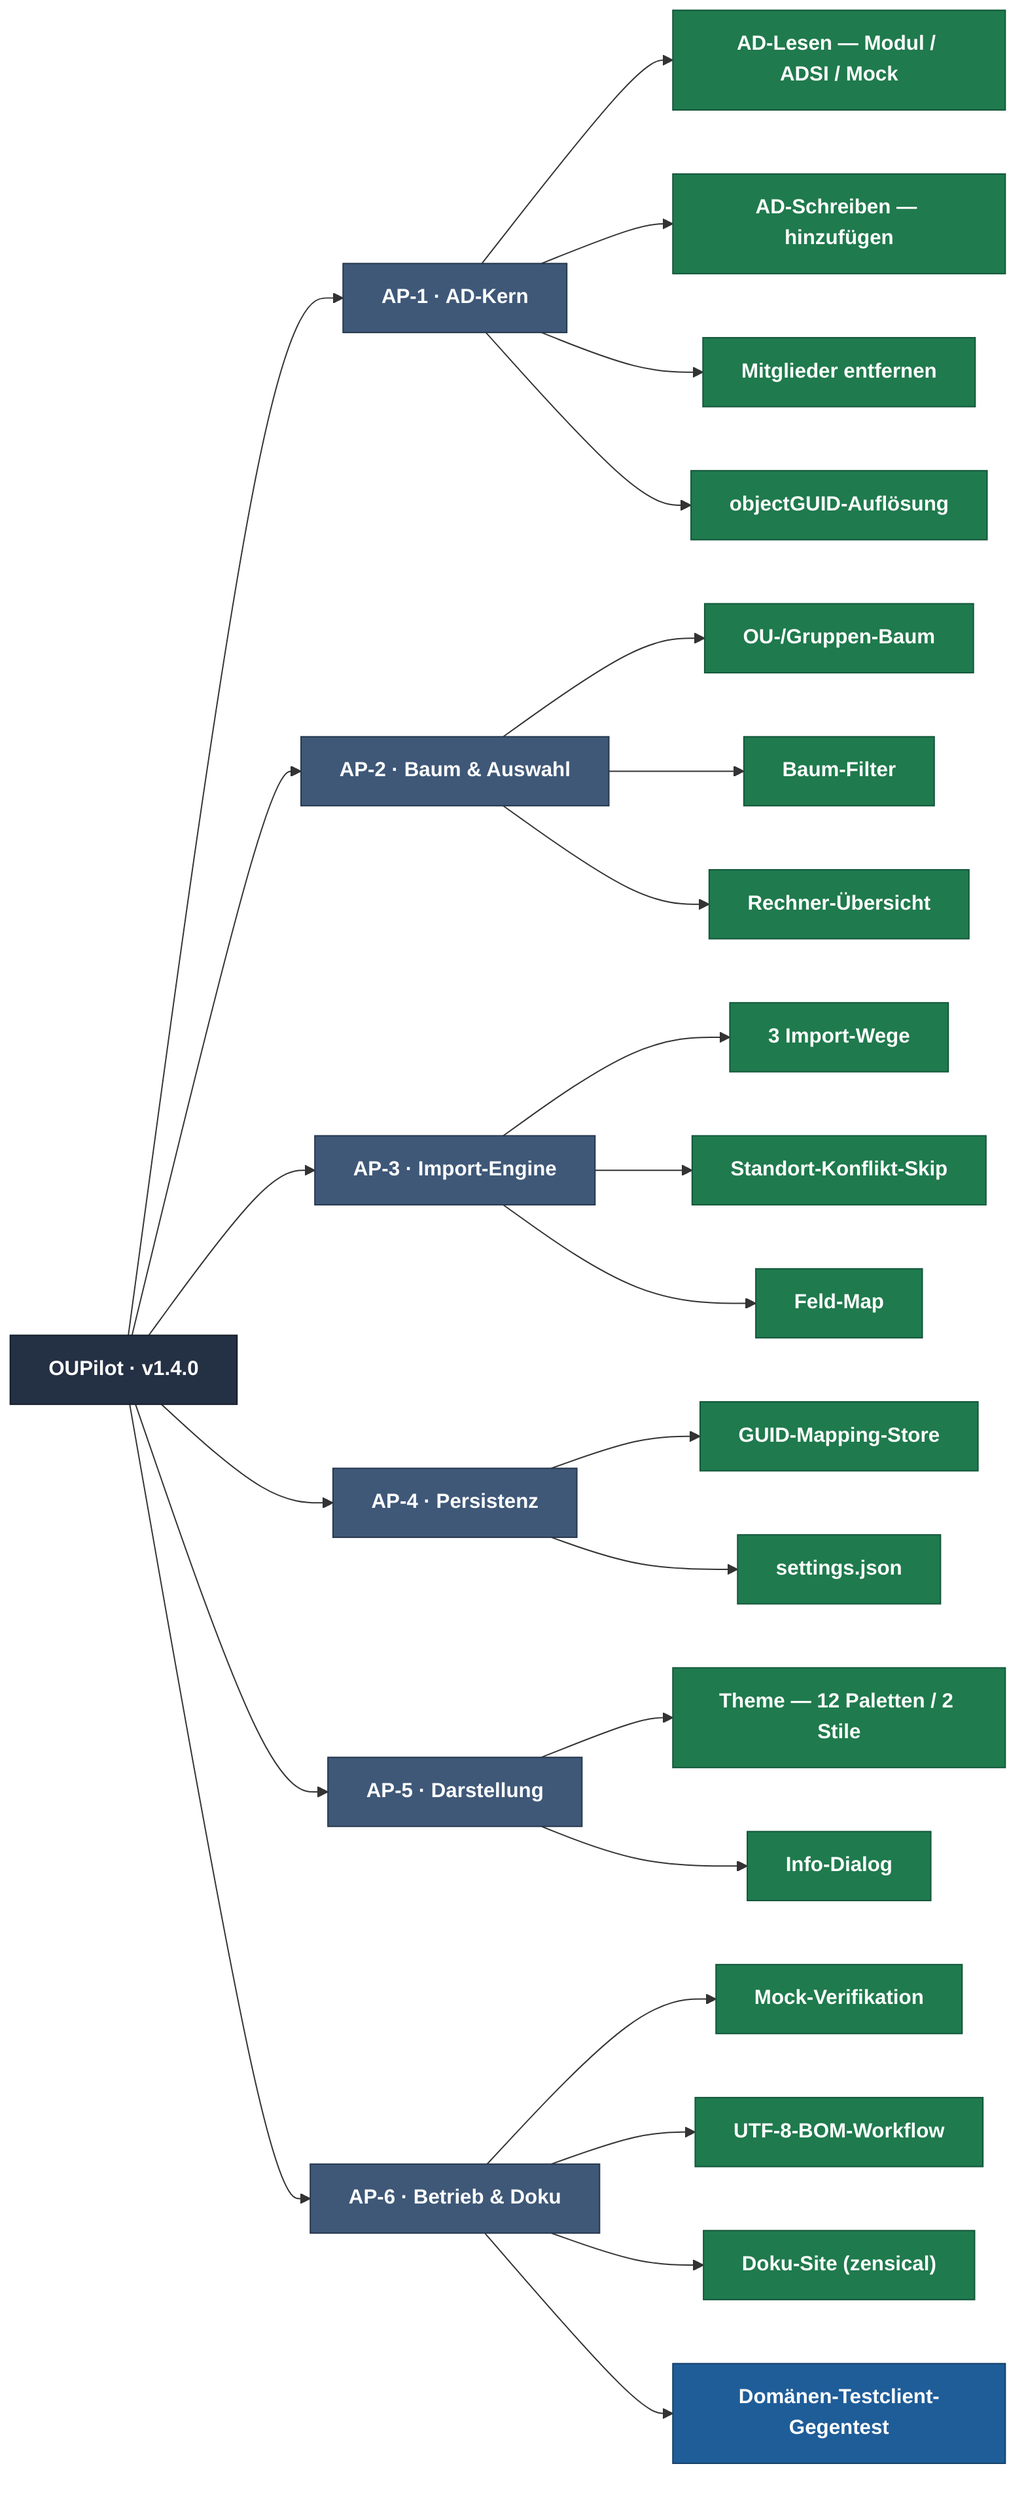
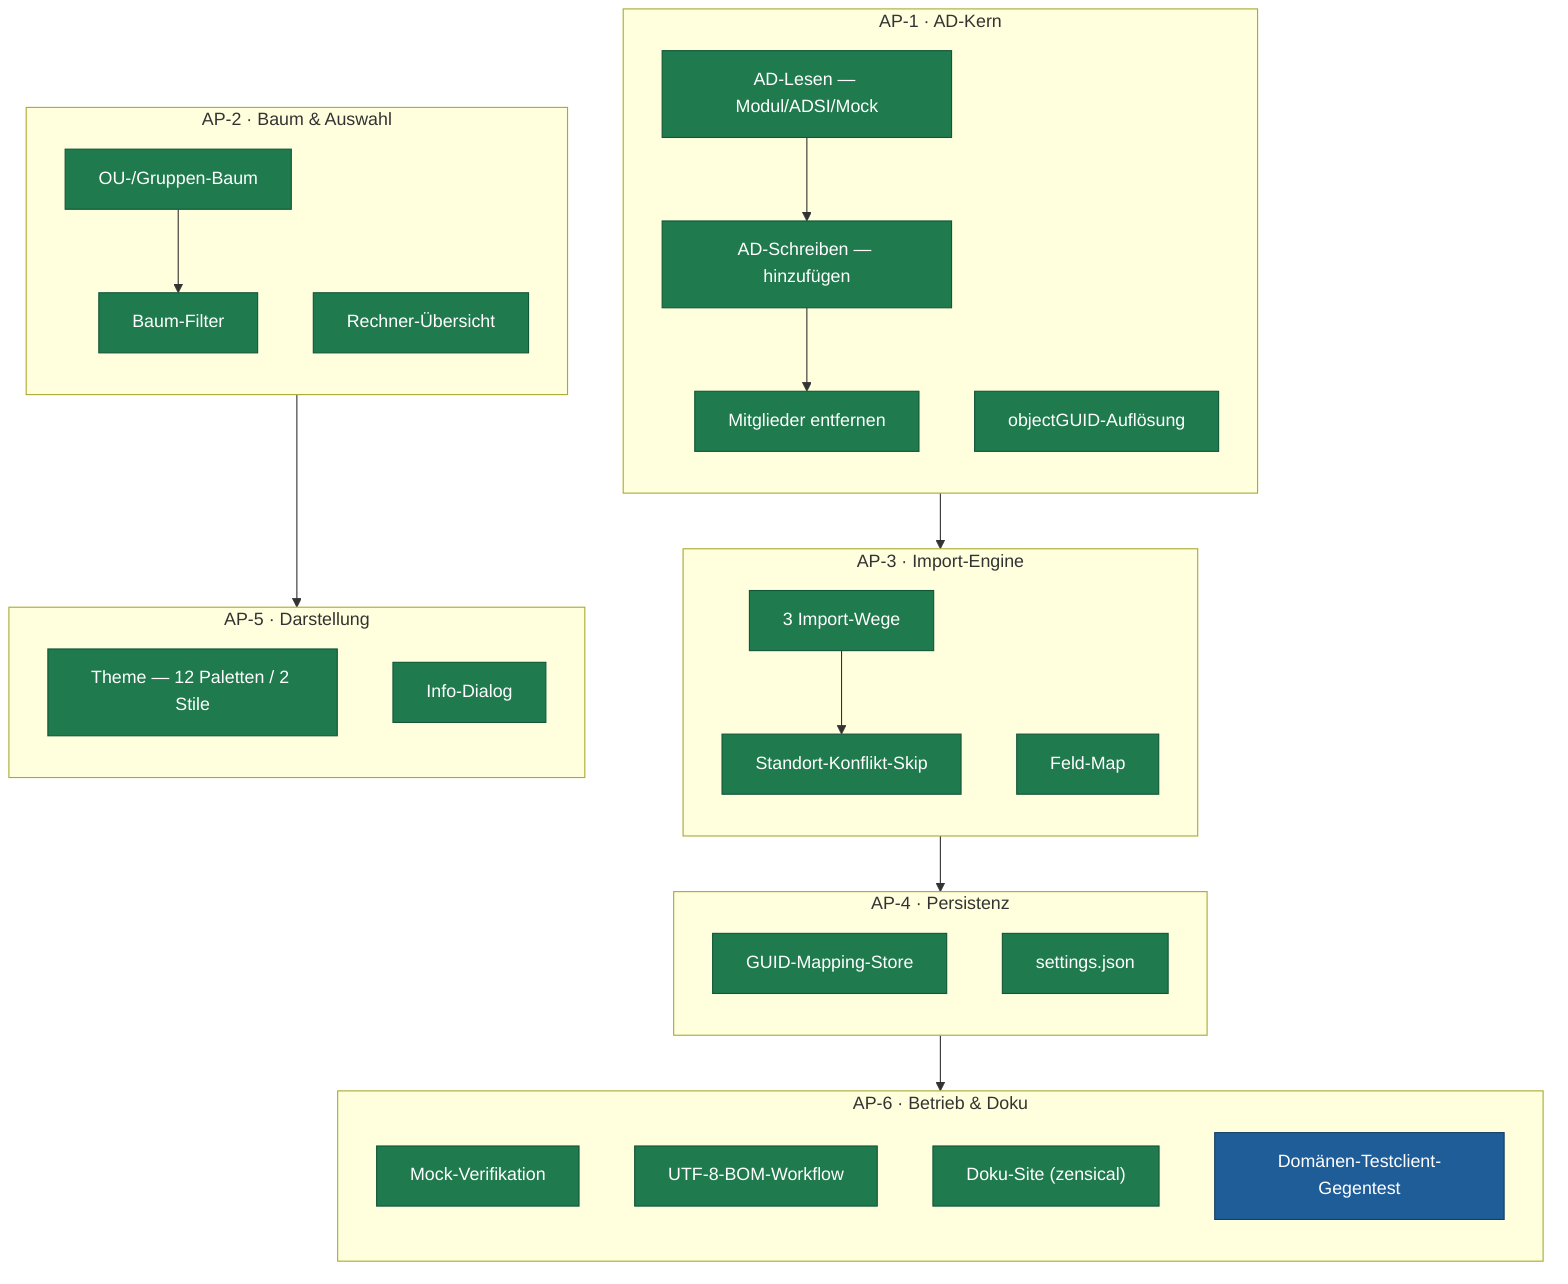
- graph LR
-   ROOT["OUPilot · v1.4.0"]:::root
+ flowchart TB
+   classDef done fill:#1f7a4d,color:#fff,stroke:#12563a,stroke-width:1px
+   classDef plan fill:#1f5d99,color:#fff,stroke:#123f66,stroke-width:1px

-   ROOT --> AP1["AP-1 · AD-Kern"]:::ap
-   ROOT --> AP2["AP-2 · Baum & Auswahl"]:::ap
-   ROOT --> AP3["AP-3 · Import-Engine"]:::ap
-   ROOT --> AP4["AP-4 · Persistenz"]:::ap
-   ROOT --> AP5["AP-5 · Darstellung"]:::ap
-   ROOT --> AP6["AP-6 · Betrieb & Doku"]:::ap
+   subgraph AP1["AP-1 · AD-Kern"]
+     direction TB
+     A1a["AD-Lesen — Modul/ADSI/Mock"]:::done
+     A1b["AD-Schreiben — hinzufügen"]:::done
+     A1c["Mitglieder entfernen"]:::done
+     A1d["objectGUID-Auflösung"]:::done
+     A1a --> A1b --> A1c
+   end

-   AP1 --> A1a["AD-Lesen — Modul / ADSI / Mock"]:::done
-   AP1 --> A1b["AD-Schreiben — hinzufügen"]:::done
-   AP1 --> A1c["Mitglieder entfernen"]:::done
-   AP1 --> A1d["objectGUID-Auflösung"]:::done
+   subgraph AP2["AP-2 · Baum & Auswahl"]
+     direction TB
+     A2a["OU-/Gruppen-Baum"]:::done
+     A2b["Baum-Filter"]:::done
+     A2c["Rechner-Übersicht"]:::done
+     A2a --> A2b
+   end

-   AP2 --> A2a["OU-/Gruppen-Baum"]:::done
-   AP2 --> A2b["Baum-Filter"]:::done
-   AP2 --> A2c["Rechner-Übersicht"]:::done
+   subgraph AP3["AP-3 · Import-Engine"]
+     direction TB
+     A3a["3 Import-Wege"]:::done
+     A3b["Standort-Konflikt-Skip"]:::done
+     A3c["Feld-Map"]:::done
+     A3a --> A3b
+   end

-   AP3 --> A3a["3 Import-Wege"]:::done
-   AP3 --> A3b["Standort-Konflikt-Skip"]:::done
-   AP3 --> A3c["Feld-Map"]:::done
+   subgraph AP4["AP-4 · Persistenz"]
+     direction TB
+     A4a["GUID-Mapping-Store"]:::done
+     A4b["settings.json"]:::done
+   end

-   AP4 --> A4a["GUID-Mapping-Store"]:::done
-   AP4 --> A4b["settings.json"]:::done
+   subgraph AP5["AP-5 · Darstellung"]
+     direction TB
+     A5a["Theme — 12 Paletten / 2 Stile"]:::done
+     A5b["Info-Dialog"]:::done
+   end

-   AP5 --> A5a["Theme — 12 Paletten / 2 Stile"]:::done
-   AP5 --> A5b["Info-Dialog"]:::done
+   subgraph AP6["AP-6 · Betrieb & Doku"]
+     direction TB
+     A6a["Mock-Verifikation"]:::done
+     A6b["UTF-8-BOM-Workflow"]:::done
+     A6c["Doku-Site (zensical)"]:::done
+     A6d["Domänen-Testclient-Gegentest"]:::plan
+   end

-   AP6 --> A6a["Mock-Verifikation"]:::done
-   AP6 --> A6b["UTF-8-BOM-Workflow"]:::done
-   AP6 --> A6c["Doku-Site (zensical)"]:::done
-   AP6 --> A6d["Domänen-Testclient-Gegentest"]:::plan
- 
-   classDef root fill:#243044,stroke:#141c28,color:#ffffff,font-weight:bold;
-   classDef ap   fill:#3f5878,stroke:#26374d,color:#ffffff,font-weight:bold;
-   classDef done fill:#1f7a4d,stroke:#12563a,color:#ffffff;
-   classDef plan fill:#1f5d99,stroke:#123f66,color:#ffffff;
+   AP1 --> AP3
+   AP3 --> AP4
+   AP2 --> AP5
+   AP4 --> AP6
